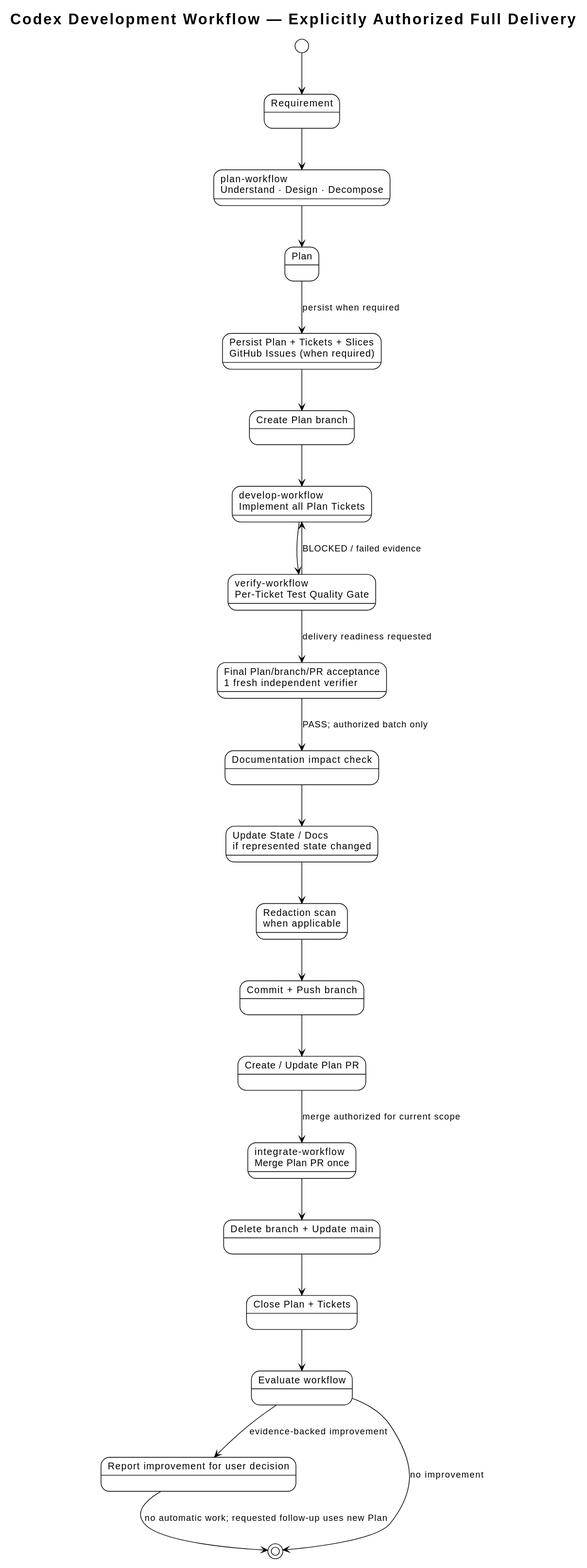
Before: docs/architecture/diagrams/architecture.svg, a diagram exported from PlantUML (i-zrhe2016/codex-development-workflow).
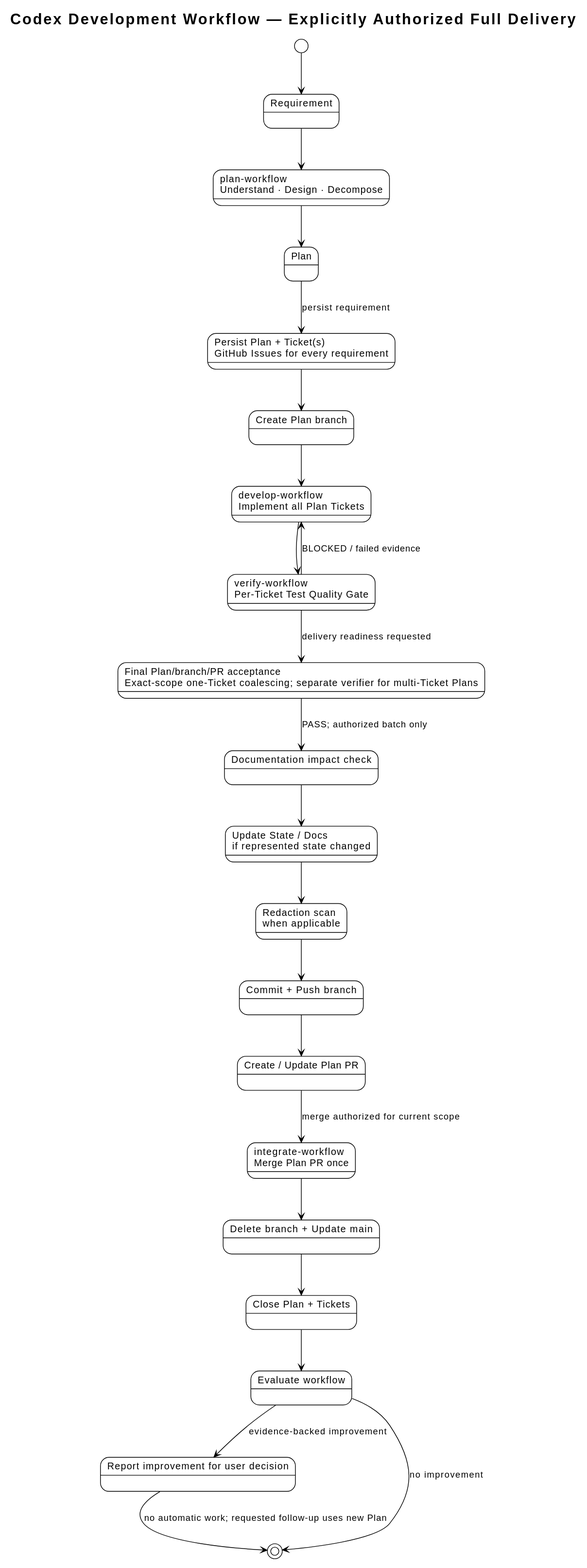
The same diagram one commit later.

Diff of the diagram source:
```diff
@@ -9,11 +9,11 @@
 state "Requirement" as Requirement
 state "plan-workflow\nUnderstand · Design · Decompose" as Understand
 state "Plan" as Plan
-state "Persist Plan + Tickets + Slices\nGitHub Issues (when required)" as Issues
+state "Persist Plan + Ticket(s)\nGitHub Issues for every requirement" as Issues
 state "Create Plan branch" as Branch
 state "develop-workflow\nImplement all Plan Tickets" as Implement
 state "verify-workflow\nPer-Ticket Test Quality Gate" as Test
-state "Final Plan/branch/PR acceptance\n1 fresh independent verifier" as FinalVerify
+state "Final Plan/branch/PR acceptance\nExact-scope one-Ticket coalescing; separate verifier for multi-Ticket Plans" as FinalVerify
 state "Documentation impact check" as Docs
 state "Update State / Docs\nif represented state changed" as State
 state "Redaction scan\nwhen applicable" as Redact
@@ -28,7 +28,7 @@
 [*] --> Requirement
 Requirement --> Understand
 Understand --> Plan
-Plan --> Issues : persist when required
+Plan --> Issues : persist requirement
 Issues --> Branch
 Branch --> Implement
 Implement --> Test
```
